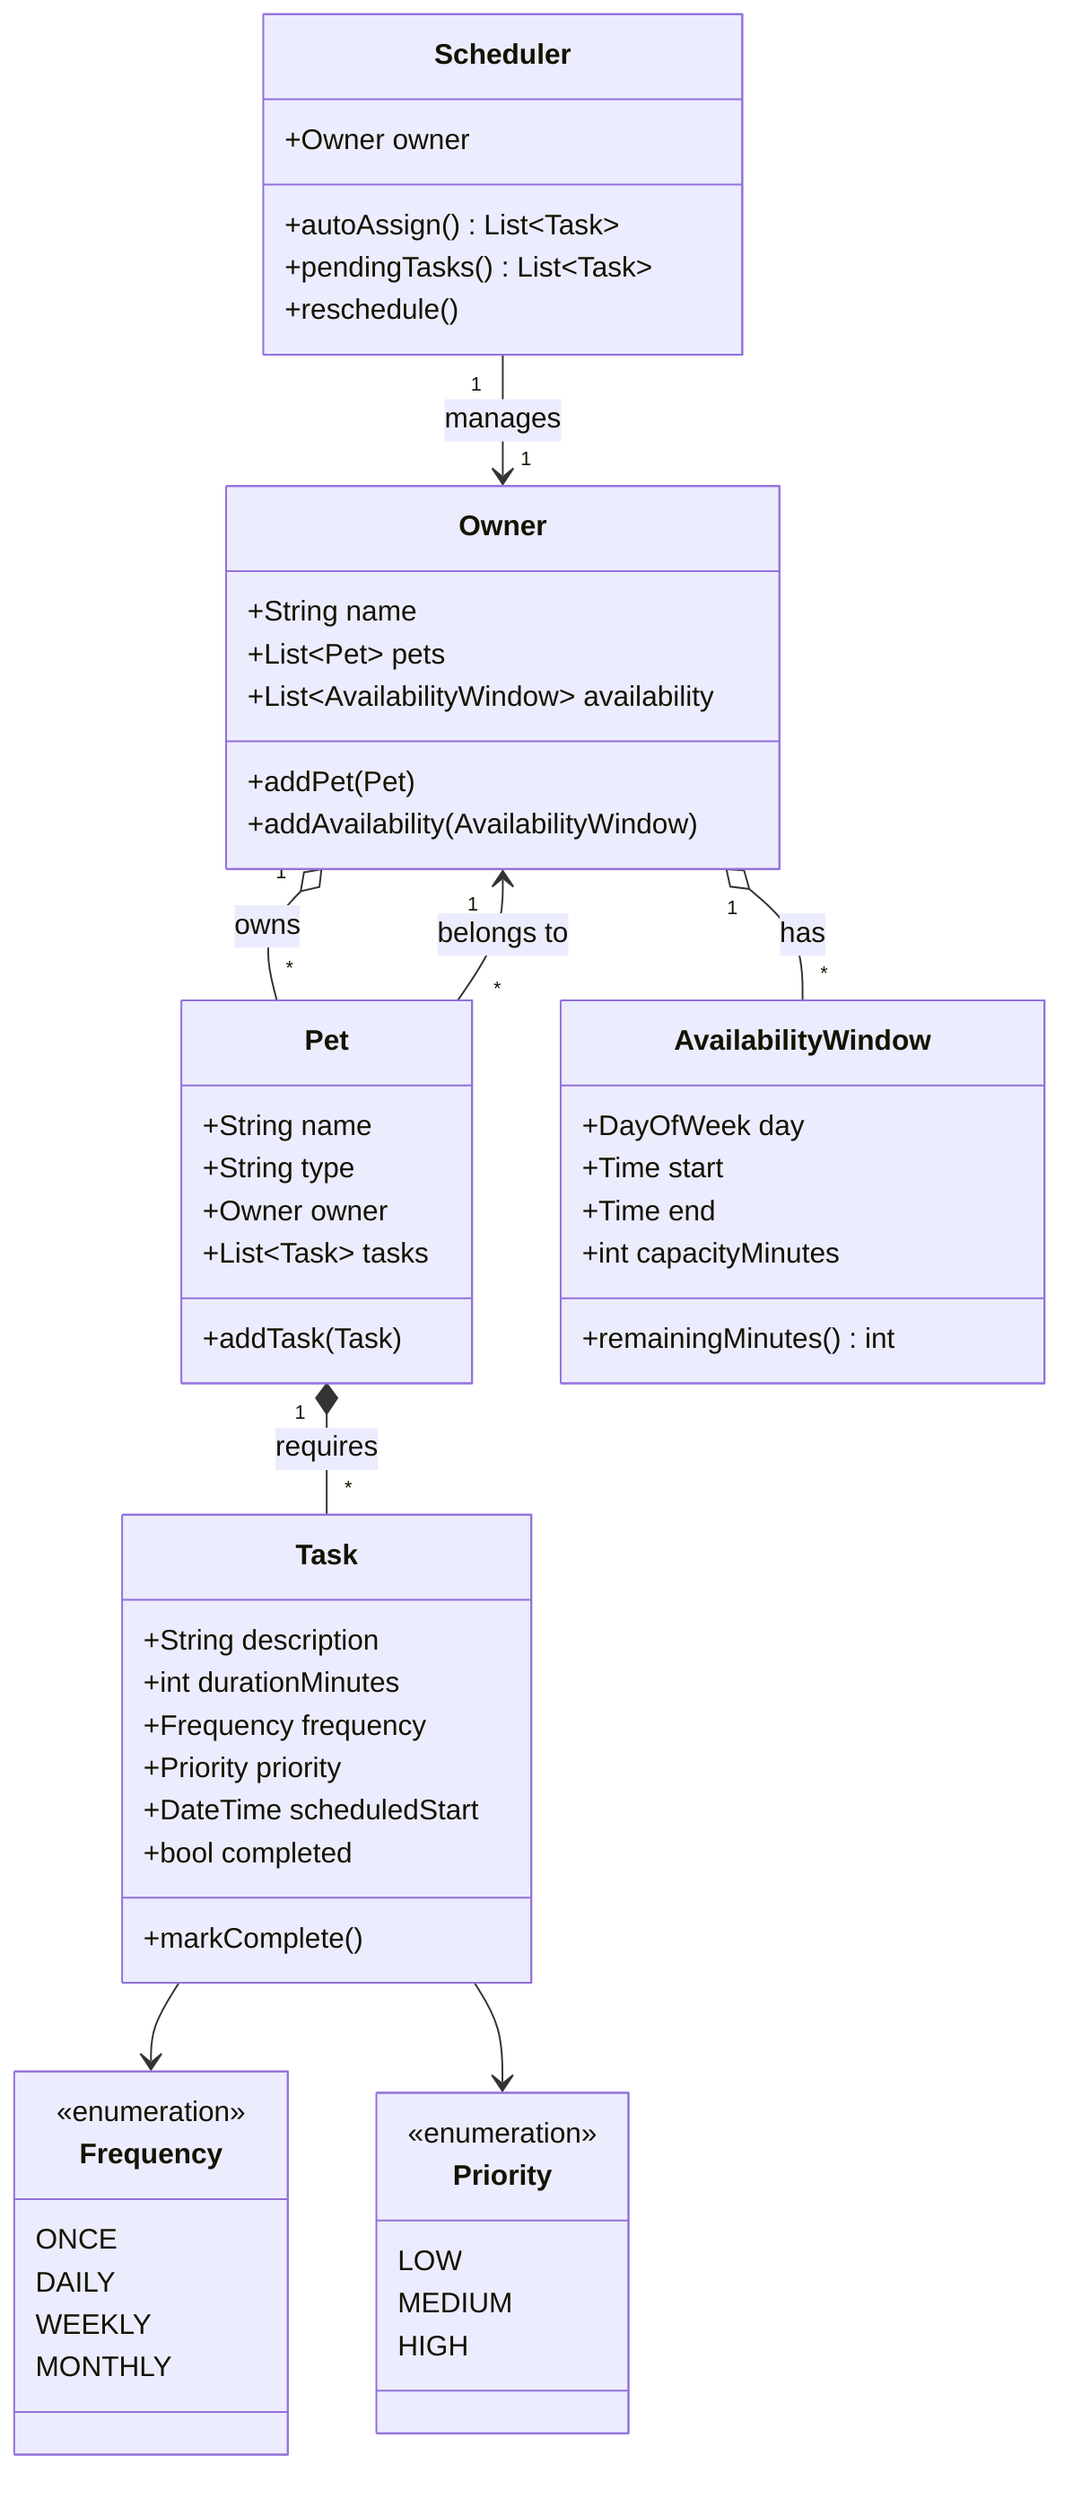
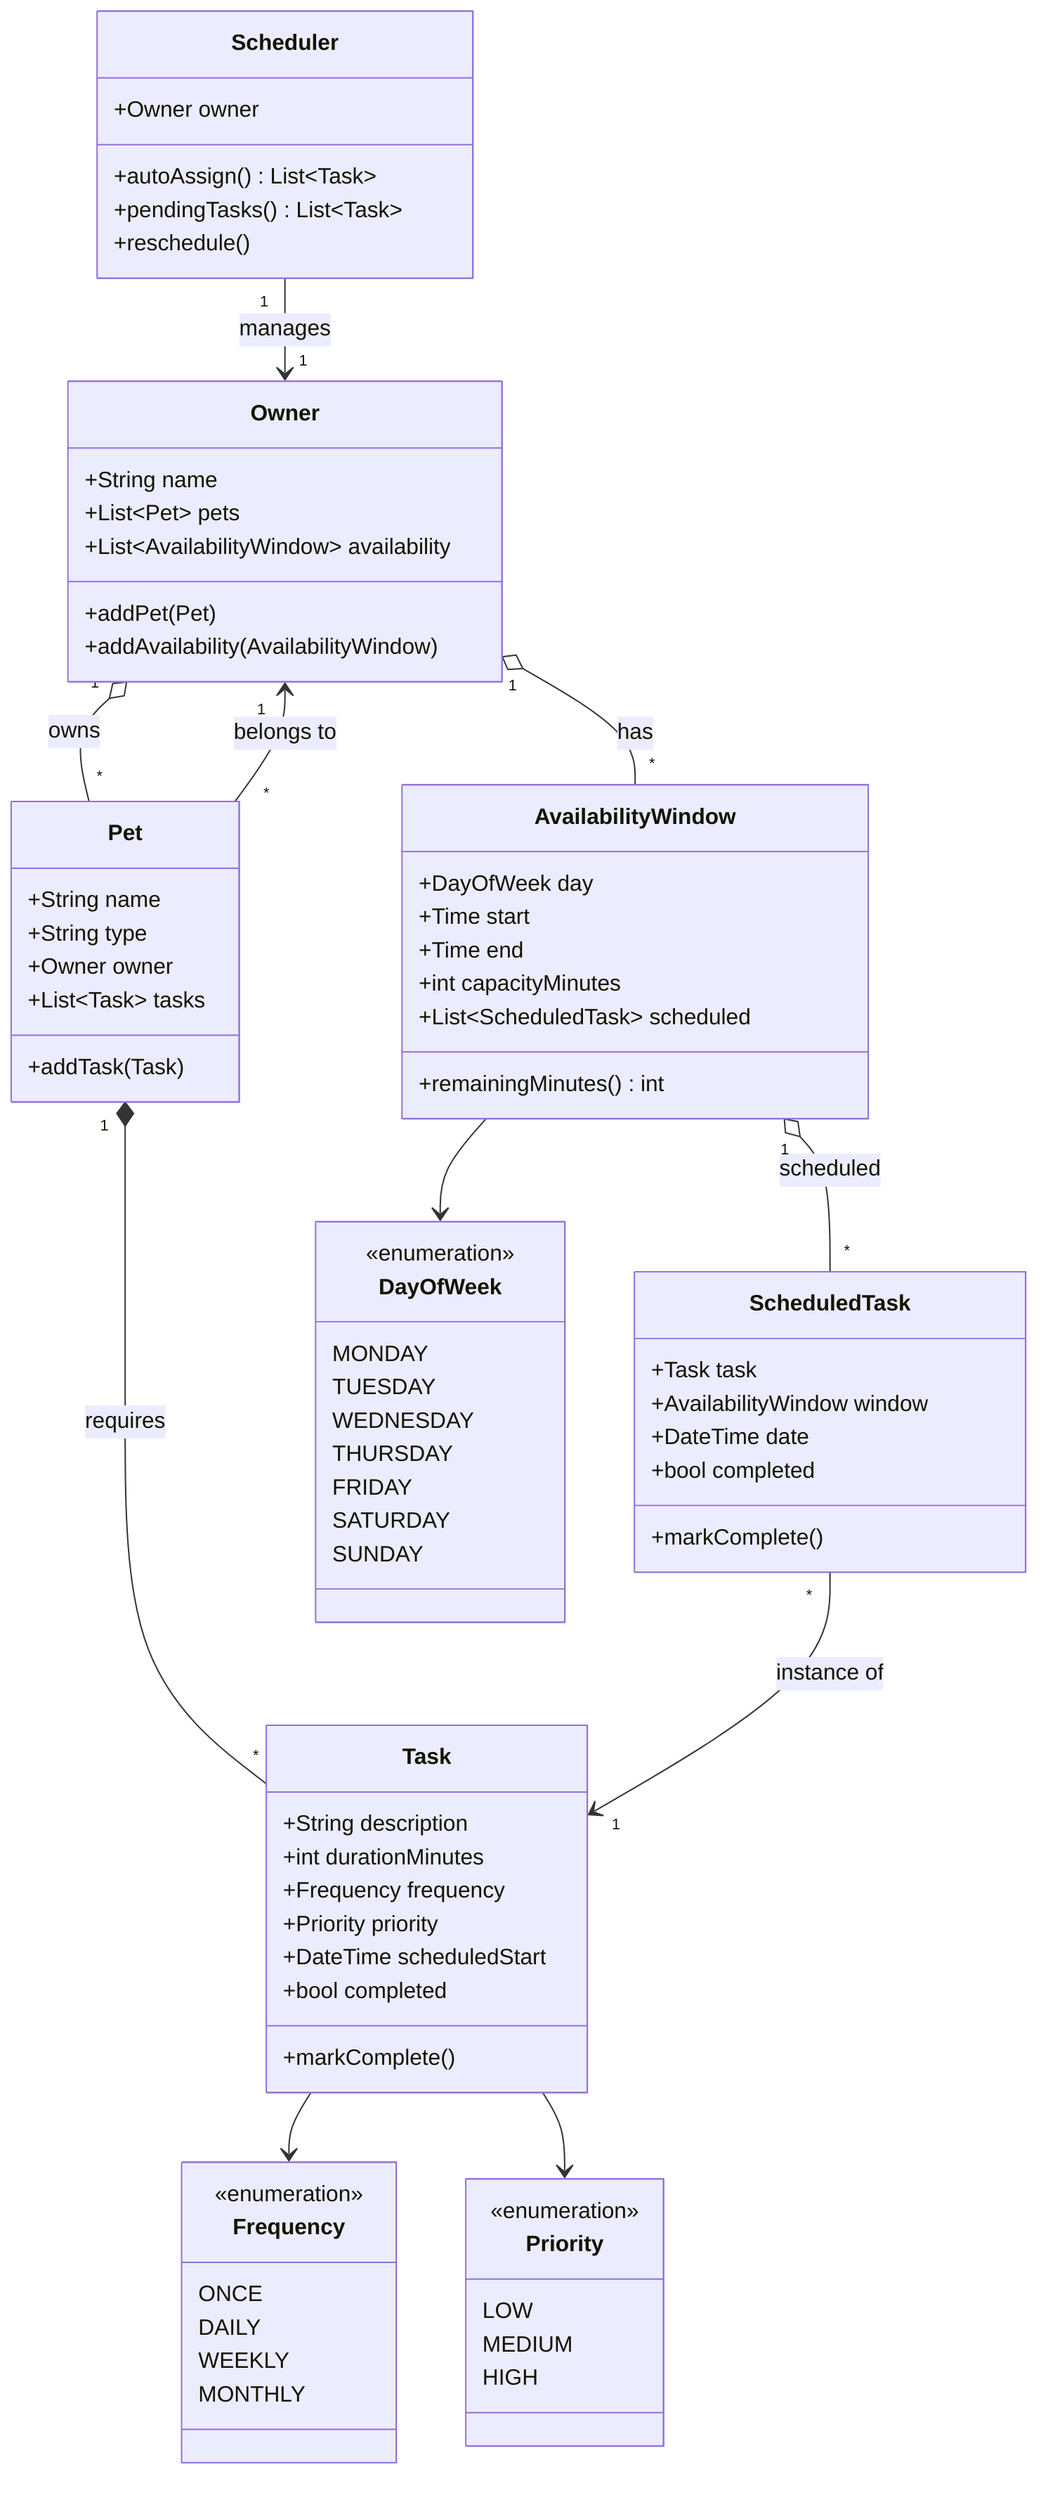
classDiagram
    class Owner {
        +String name
        +List~Pet~ pets
        +List~AvailabilityWindow~ availability
        +addPet(Pet)
        +addAvailability(AvailabilityWindow)
    }

    class Pet {
        +String name
        +String type
        +Owner owner
        +List~Task~ tasks
        +addTask(Task)
    }

    class Task {
        +String description
        +int durationMinutes
        +Frequency frequency
        +Priority priority
        +DateTime scheduledStart
        +bool completed
        +markComplete()
    }

    class AvailabilityWindow {
        +DayOfWeek day
        +Time start
        +Time end
        +int capacityMinutes
+         +List~ScheduledTask~ scheduled
        +remainingMinutes() int
+     }
+ 
+     class ScheduledTask {
+         +Task task
+         +AvailabilityWindow window
+         +DateTime date
+         +bool completed
+         +markComplete()
    }

    class Scheduler {
        +Owner owner
        +autoAssign() List~Task~
        +pendingTasks() List~Task~
        +reschedule()
    }

    class Frequency {
        <<enumeration>>
        ONCE
        DAILY
        WEEKLY
        MONTHLY
    }

    class Priority {
        <<enumeration>>
        LOW
        MEDIUM
        HIGH
    }

+     class DayOfWeek {
+         <<enumeration>>
+         MONDAY
+         TUESDAY
+         WEDNESDAY
+         THURSDAY
+         FRIDAY
+         SATURDAY
+         SUNDAY
+     }
+ 
    Owner "1" o-- "*" Pet : owns
    Owner "1" o-- "*" AvailabilityWindow : has
    Pet "1" *-- "*" Task : requires
    Pet "*" --> "1" Owner : belongs to
    Scheduler "1" --> "1" Owner : manages
+     ScheduledTask "*" --> "1" Task : instance of
+     AvailabilityWindow "1" o-- "*" ScheduledTask : scheduled
    Task --> Frequency
    Task --> Priority
+     AvailabilityWindow --> DayOfWeek
